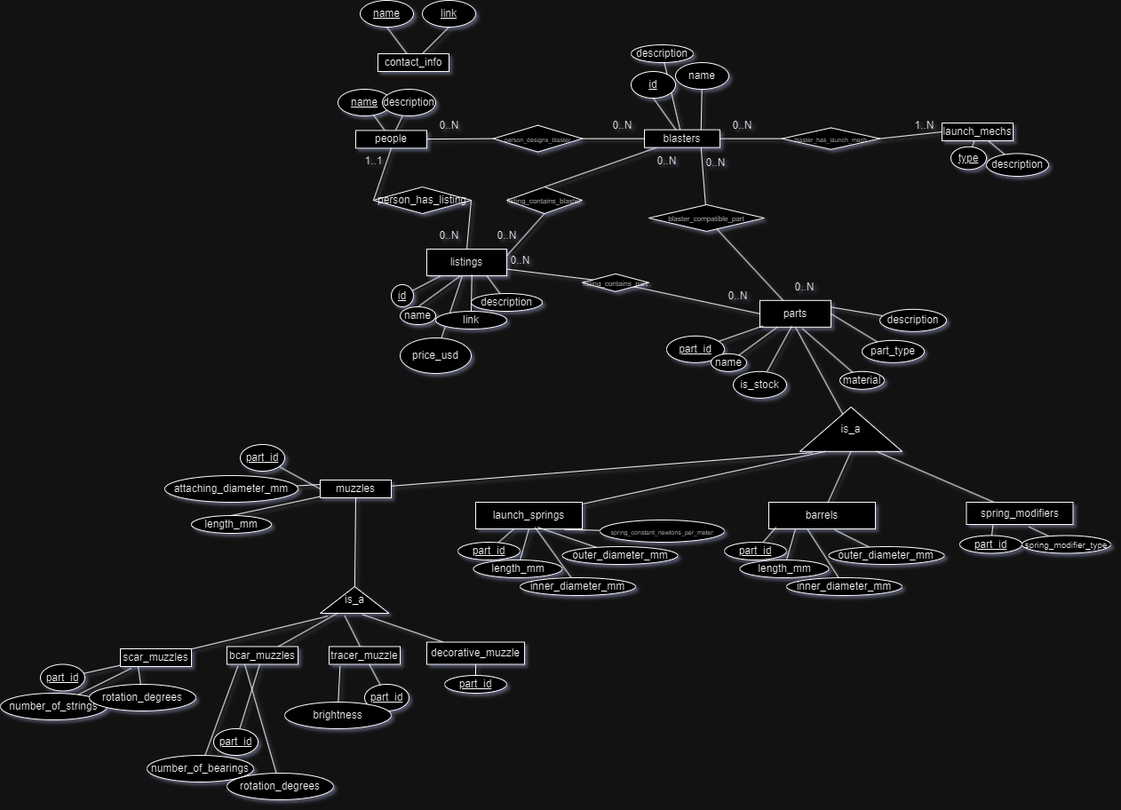
Before: docs/ERD.png, a diagram exported from draw.io (SabreBirdOne/BlasterBrowser). Source tidied: cells renumbered, new cells last; positions are measured from the earlier drawing's top-left corner, leaving out a move shared by most shapes.
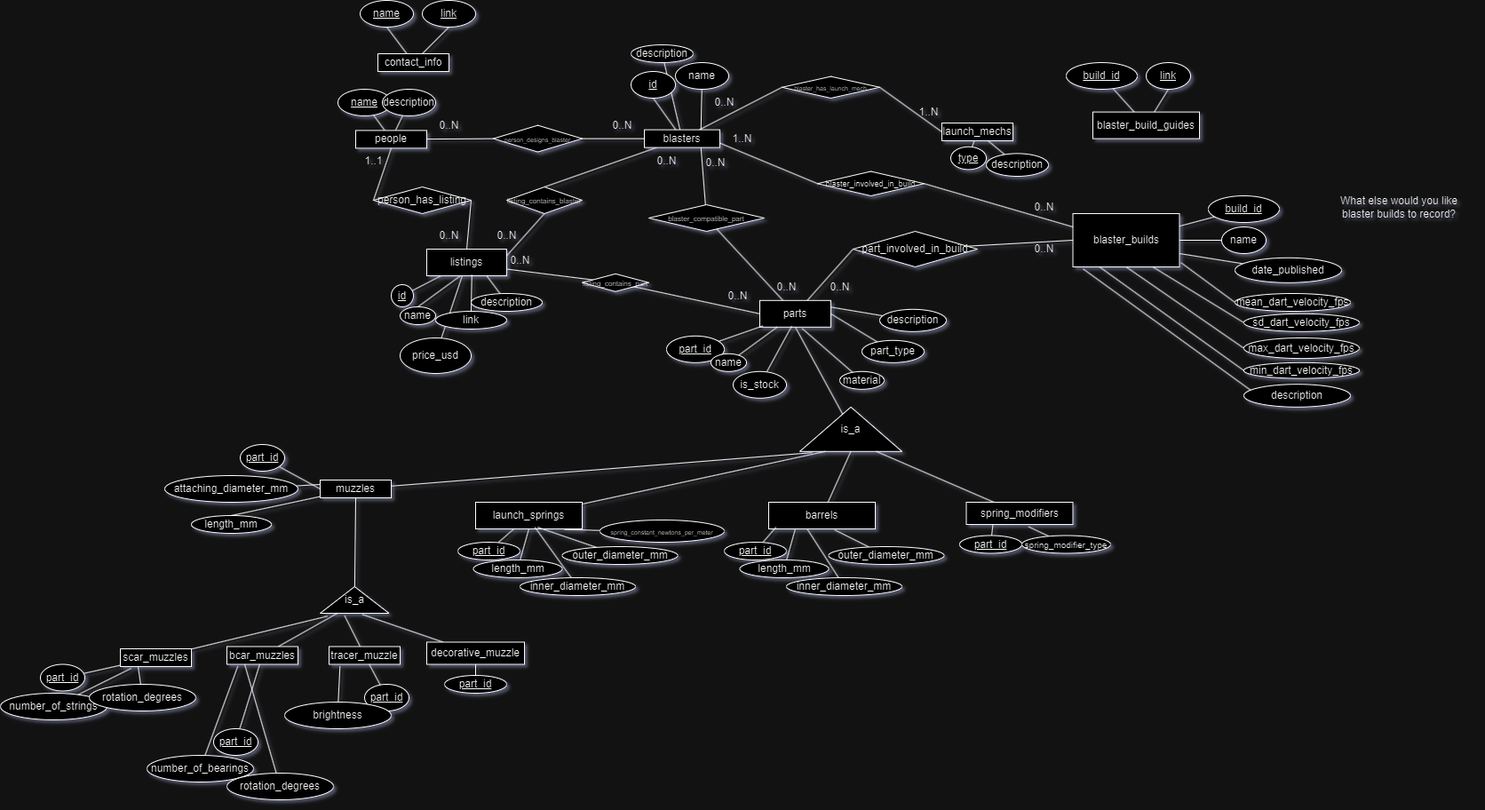
The same file after the commit.

Commit message:
Updated Schema to include blaster builds

What changed in the source:
```diff
@@ -132,13 +132,13 @@
       <mxGeometry relative="1" as="geometry" />
     </mxCell>
     <mxCell id="44" value="&lt;font style=&quot;font-size: 7px;&quot;&gt;blaster_has_launch_mech&lt;/font&gt;" style="rhombus;whiteSpace=wrap;html=1;" parent="1" vertex="1">
-      <mxGeometry x="880" y="143.4" width="110" height="24.4" as="geometry" />
+      <mxGeometry x="880" y="85.6" width="110" height="24.4" as="geometry" />
     </mxCell>
     <mxCell id="45" value="0..N" style="text;html=1;align=center;verticalAlign=middle;strokeColor=none;fillColor=none;" parent="1" vertex="1">
-      <mxGeometry x="810" y="125.6" width="50" height="30" as="geometry" />
+      <mxGeometry x="790" y="100" width="50" height="30" as="geometry" />
     </mxCell>
     <mxCell id="46" value="1..N" style="text;html=1;align=center;verticalAlign=middle;strokeColor=none;fillColor=none;" parent="1" vertex="1">
-      <mxGeometry x="1015" y="125.6" width="50" height="30" as="geometry" />
+      <mxGeometry x="1020" y="110.6" width="50" height="30" as="geometry" />
     </mxCell>
     <mxCell id="47" value="description" style="ellipse;whiteSpace=wrap;html=1;" parent="1" vertex="1">
       <mxGeometry x="710" y="50" width="70" height="20" as="geometry" />
@@ -149,6 +149,9 @@
     <mxCell id="49" style="rounded=0;jettySize=auto;html=1;endArrow=none;endFill=0;" parent="1" edge="1" source="50" target="52">
       <mxGeometry relative="1" as="geometry" />
     </mxCell>
+    <mxCell id="145" style="rounded=0;jettySize=auto;html=1;entryX=0;entryY=0.5;entryDx=0;entryDy=0;endArrow=none;endFill=0;" parent="1" edge="1" source="50" target="173">
+      <mxGeometry relative="1" as="geometry" />
+    </mxCell>
     <mxCell id="50" value="parts" style="whiteSpace=wrap;html=1;" parent="1" vertex="1">
       <mxGeometry x="855" y="337.8" width="80" height="30" as="geometry" />
     </mxCell>
@@ -159,7 +162,7 @@
       <mxGeometry x="730" y="230" width="130" height="30" as="geometry" />
     </mxCell>
     <mxCell id="53" value="0..N" style="text;html=1;align=center;verticalAlign=middle;strokeColor=none;fillColor=none;" parent="1" vertex="1">
-      <mxGeometry x="880" y="307.8" width="50" height="30" as="geometry" />
+      <mxGeometry x="860" y="307.8" width="50" height="30" as="geometry" />
     </mxCell>
     <mxCell id="54" value="0..N" style="text;html=1;align=center;verticalAlign=middle;strokeColor=none;fillColor=none;" parent="1" vertex="1">
       <mxGeometry x="780" y="168" width="50" height="30" as="geometry" />
@@ -434,5 +437,101 @@
     <mxCell id="144" value="&lt;font style=&quot;font-size: 10px;&quot;&gt;spring_modifier_type&lt;/font&gt;" style="ellipse;whiteSpace=wrap;html=1;" parent="1" vertex="1">
       <mxGeometry x="1150" y="602.5" width="100" height="20" as="geometry" />
     </mxCell>
+    <mxCell id="146" value="blaster_builds" style="rounded=0;whiteSpace=wrap;html=1;" parent="1" vertex="1">
+      <mxGeometry x="1207.5" y="240" width="120" height="60" as="geometry" />
+    </mxCell>
+    <mxCell id="147" style="rounded=0;jettySize=auto;html=1;endArrow=none;endFill=0;" parent="1" edge="1" source="149" target="150">
+      <mxGeometry relative="1" as="geometry" />
+    </mxCell>
+    <mxCell id="148" style="rounded=0;jettySize=auto;html=1;entryX=0.5;entryY=1;entryDx=0;entryDy=0;endArrow=none;endFill=0;" parent="1" edge="1" source="149" target="151">
+      <mxGeometry relative="1" as="geometry" />
+    </mxCell>
+    <mxCell id="149" value="blaster_build_guides" style="whiteSpace=wrap;html=1;" parent="1" vertex="1">
+      <mxGeometry x="1230" y="125.6" width="120" height="30" as="geometry" />
+    </mxCell>
+    <mxCell id="150" value="&lt;u&gt;build_id&lt;/u&gt;" style="ellipse;whiteSpace=wrap;html=1;" parent="1" vertex="1">
+      <mxGeometry x="1200" y="70" width="80" height="30" as="geometry" />
+    </mxCell>
+    <mxCell id="151" value="&lt;u&gt;link&lt;/u&gt;" style="ellipse;whiteSpace=wrap;html=1;" parent="1" vertex="1">
+      <mxGeometry x="1290" y="70" width="50" height="30" as="geometry" />
+    </mxCell>
+    <mxCell id="152" style="rounded=0;jettySize=auto;html=1;endArrow=none;endFill=0;" parent="1" edge="1" source="153" target="146">
+      <mxGeometry relative="1" as="geometry" />
+    </mxCell>
+    <mxCell id="153" value="&lt;u&gt;build_id&lt;/u&gt;" style="ellipse;whiteSpace=wrap;html=1;" parent="1" vertex="1">
+      <mxGeometry x="1360" y="220" width="80" height="30" as="geometry" />
+    </mxCell>
+    <mxCell id="154" style="rounded=0;jettySize=auto;html=1;endArrow=none;endFill=0;" parent="1" edge="1" source="155" target="146">
+      <mxGeometry relative="1" as="geometry" />
+    </mxCell>
+    <mxCell id="155" value="name" style="ellipse;whiteSpace=wrap;html=1;" parent="1" vertex="1">
+      <mxGeometry x="1375" y="255" width="50" height="30" as="geometry" />
+    </mxCell>
+    <mxCell id="156" style="rounded=0;jettySize=auto;html=1;entryX=1;entryY=0.75;entryDx=0;entryDy=0;endArrow=none;endFill=0;" parent="1" edge="1" source="157" target="146">
+      <mxGeometry relative="1" as="geometry" />
+    </mxCell>
+    <mxCell id="157" value="date_published" style="ellipse;whiteSpace=wrap;html=1;" parent="1" vertex="1">
+      <mxGeometry x="1390" y="289.8" width="120" height="28" as="geometry" />
+    </mxCell>
+    <mxCell id="158" style="rounded=0;jettySize=auto;html=1;entryX=0.25;entryY=1;entryDx=0;entryDy=0;endArrow=none;endFill=0;exitX=0;exitY=0.5;exitDx=0;exitDy=0;" parent="1" edge="1" source="159" target="146">
+      <mxGeometry relative="1" as="geometry" />
+    </mxCell>
+    <mxCell id="159" value="min_dart_velocity_fps" style="ellipse;whiteSpace=wrap;html=1;" parent="1" vertex="1">
+      <mxGeometry x="1400" y="407.8" width="130" height="17.8" as="geometry" />
+    </mxCell>
+    <mxCell id="160" style="rounded=0;jettySize=auto;html=1;entryX=0.5;entryY=1;entryDx=0;entryDy=0;exitX=0;exitY=0.5;exitDx=0;exitDy=0;endArrow=none;endFill=0;" parent="1" edge="1" source="161" target="146">
+      <mxGeometry relative="1" as="geometry" />
+    </mxCell>
+    <mxCell id="161" value="max_dart_velocity_fps" style="ellipse;whiteSpace=wrap;html=1;" parent="1" vertex="1">
+      <mxGeometry x="1400" y="380" width="130" height="23.1" as="geometry" />
+    </mxCell>
+    <mxCell id="162" style="rounded=0;jettySize=auto;html=1;entryX=1.014;entryY=0.92;entryDx=0;entryDy=0;entryPerimeter=0;endArrow=none;endFill=0;exitX=0;exitY=0.5;exitDx=0;exitDy=0;" parent="1" edge="1" source="163" target="146">
+      <mxGeometry relative="1" as="geometry" />
+    </mxCell>
+    <mxCell id="163" value="mean_dart_velocity_fps" style="ellipse;whiteSpace=wrap;html=1;" parent="1" vertex="1">
+      <mxGeometry x="1390" y="330" width="130" height="20" as="geometry" />
+    </mxCell>
+    <mxCell id="164" style="rounded=0;jettySize=auto;html=1;entryX=0.75;entryY=1;entryDx=0;entryDy=0;endArrow=none;endFill=0;exitX=0;exitY=0.5;exitDx=0;exitDy=0;" parent="1" edge="1" source="165" target="146">
+      <mxGeometry relative="1" as="geometry" />
+    </mxCell>
+    <mxCell id="165" value="sd_dart_velocity_fps" style="ellipse;whiteSpace=wrap;html=1;" parent="1" vertex="1">
+      <mxGeometry x="1400" y="352.8" width="130" height="20" as="geometry" />
+    </mxCell>
+    <mxCell id="166" style="rounded=0;jettySize=auto;html=1;entryX=0.097;entryY=1.039;entryDx=0;entryDy=0;entryPerimeter=0;endArrow=none;endFill=0;exitX=0.086;exitY=0.335;exitDx=0;exitDy=0;exitPerimeter=0;" parent="1" edge="1" source="167" target="146">
+      <mxGeometry relative="1" as="geometry" />
+    </mxCell>
+    <mxCell id="167" value="description" style="ellipse;whiteSpace=wrap;html=1;" parent="1" vertex="1">
+      <mxGeometry x="1400" y="432.2" width="120" height="25.6" as="geometry" />
+    </mxCell>
+    <mxCell id="168" value="What else would you like blaster builds to record?" style="text;html=1;strokeColor=none;fillColor=none;align=center;verticalAlign=middle;whiteSpace=wrap;rounded=0;" parent="1" vertex="1">
+      <mxGeometry x="1490" y="195.6" width="170" height="74.4" as="geometry" />
+    </mxCell>
+    <mxCell id="169" style="rounded=0;jettySize=auto;html=1;entryX=0;entryY=0.25;entryDx=0;entryDy=0;endArrow=none;endFill=0;exitX=1;exitY=0.5;exitDx=0;exitDy=0;" parent="1" edge="1" source="171" target="146">
+      <mxGeometry relative="1" as="geometry" />
+    </mxCell>
+    <mxCell id="170" style="rounded=0;jettySize=auto;html=1;entryX=1;entryY=0.75;entryDx=0;entryDy=0;endArrow=none;endFill=0;exitX=0;exitY=0.5;exitDx=0;exitDy=0;" parent="1" edge="1" source="171" target="11">
+      <mxGeometry relative="1" as="geometry" />
+    </mxCell>
+    <mxCell id="171" value="&lt;font style=&quot;font-size: 9px;&quot;&gt;blaster_involved_in_build&lt;/font&gt;" style="rhombus;whiteSpace=wrap;html=1;" parent="1" vertex="1">
+      <mxGeometry x="920" y="192.5" width="120" height="27.5" as="geometry" />
+    </mxCell>
+    <mxCell id="172" style="rounded=0;jettySize=auto;html=1;entryX=0;entryY=0.5;entryDx=0;entryDy=0;endArrow=none;endFill=0;" parent="1" edge="1" source="173" target="146">
+      <mxGeometry relative="1" as="geometry" />
+    </mxCell>
+    <mxCell id="173" value="part_involved_in_build" style="rhombus;whiteSpace=wrap;html=1;" parent="1" vertex="1">
+      <mxGeometry x="960" y="260" width="140" height="40" as="geometry" />
+    </mxCell>
+    <mxCell id="174" value="1..N" style="text;html=1;align=center;verticalAlign=middle;strokeColor=none;fillColor=none;" parent="1" vertex="1">
+      <mxGeometry x="810" y="141.4" width="50" height="30" as="geometry" />
+    </mxCell>
+    <mxCell id="175" value="0..N" style="text;html=1;align=center;verticalAlign=middle;strokeColor=none;fillColor=none;" parent="1" vertex="1">
+      <mxGeometry x="1150" y="217.8" width="50" height="30" as="geometry" />
+    </mxCell>
+    <mxCell id="176" value="0..N" style="text;html=1;align=center;verticalAlign=middle;strokeColor=none;fillColor=none;" parent="1" vertex="1">
+      <mxGeometry x="1150" y="265" width="50" height="30" as="geometry" />
+    </mxCell>
+    <mxCell id="177" value="0..N" style="text;html=1;align=center;verticalAlign=middle;strokeColor=none;fillColor=none;" parent="1" vertex="1">
+      <mxGeometry x="920" y="307.8" width="50" height="30" as="geometry" />
+    </mxCell>
   </root>
 </mxGraphModel>
```
